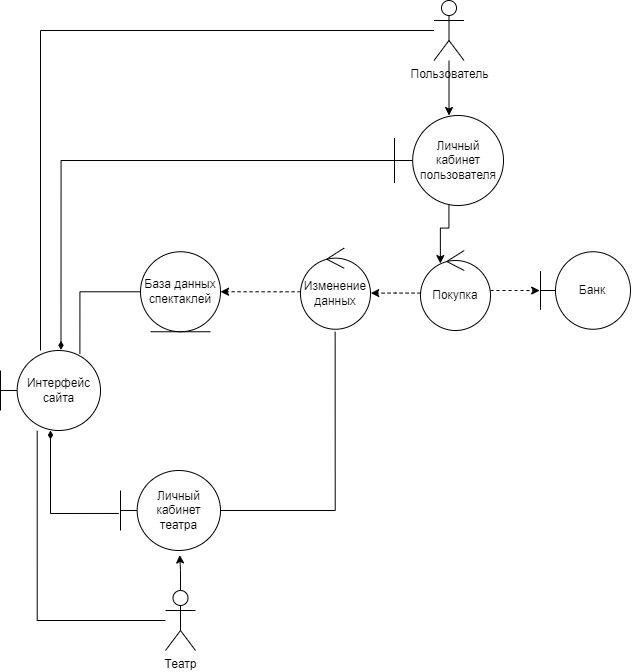
Earlier version of the draw.io export src/pract2/gall/uml_by_user.png (yarosshest/MIREA-AnalysisOfSystems). Source tidied: cells renumbered, new cells last; positions are measured from the earlier drawing's top-left corner, leaving out a move shared by most shapes.
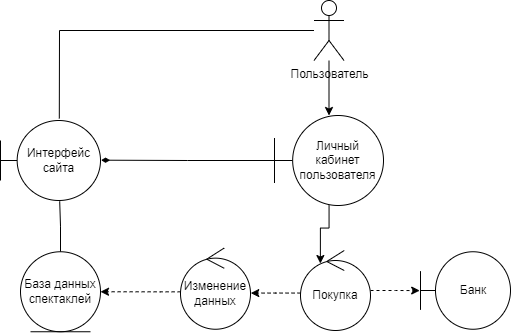
The same diagram one commit later.

What changed in the source:
```diff
@@ -3,9 +3,9 @@
     <mxCell id="0" />
     <mxCell id="1" parent="0" />
     <mxCell id="2" value="Интерфейс сайта" style="shape=umlBoundary;whiteSpace=wrap;html=1;" parent="1" vertex="1">
-      <mxGeometry y="350" width="100" height="80" as="geometry" />
+      <mxGeometry x="120" y="120" width="100" height="80" as="geometry" />
     </mxCell>
-    <mxCell id="3" style="edgeStyle=orthogonalEdgeStyle;rounded=0;jettySize=auto;html=1;entryX=0.794;entryY=0.038;entryDx=0;entryDy=0;entryPerimeter=0;endArrow=none;endFill=0;" parent="1" edge="1" source="4" target="2">
+    <mxCell id="3" style="edgeStyle=orthogonalEdgeStyle;rounded=0;jettySize=auto;html=1;entryX=0.592;entryY=1.011;entryDx=0;entryDy=0;entryPerimeter=0;endArrow=none;endFill=0;" parent="1" edge="1" source="4" target="2">
       <mxGeometry relative="1" as="geometry" />
     </mxCell>
     <mxCell id="4" value="База данных спектаклей" style="ellipse;shape=umlEntity;whiteSpace=wrap;html=1;" parent="1" vertex="1">
@@ -21,7 +21,7 @@
     <mxCell id="6" value="Изменение данных" style="ellipse;shape=umlControl;whiteSpace=wrap;html=1;" parent="1" vertex="1">
       <mxGeometry x="300" y="247.5" width="70" height="81.2" as="geometry" />
     </mxCell>
-    <mxCell id="7" style="edgeStyle=orthogonalEdgeStyle;rounded=0;jettySize=auto;html=1;entryX=0.605;entryY=-0.009;entryDx=0;entryDy=0;entryPerimeter=0;endArrow=diamondThin;endFill=1;" parent="1" edge="1" source="9" target="2">
+    <mxCell id="7" style="edgeStyle=orthogonalEdgeStyle;rounded=0;jettySize=auto;html=1;entryX=1.006;entryY=0.496;entryDx=0;entryDy=0;entryPerimeter=0;endArrow=diamondThin;endFill=1;" parent="1" edge="1" source="9" target="2">
       <mxGeometry relative="1" as="geometry" />
     </mxCell>
     <mxCell id="8" style="edgeStyle=orthogonalEdgeStyle;rounded=0;jettySize=auto;html=1;entryX=0.284;entryY=0.163;entryDx=0;entryDy=0;entryPerimeter=0;endArrow=classic;endFill=1;" parent="1" edge="1" source="9" target="13">
@@ -49,37 +49,15 @@
     <mxCell id="14" style="edgeStyle=orthogonalEdgeStyle;rounded=0;jettySize=auto;html=1;" parent="1" edge="1" source="16" target="9">
       <mxGeometry relative="1" as="geometry" />
     </mxCell>
-    <mxCell id="15" style="edgeStyle=orthogonalEdgeStyle;rounded=0;jettySize=auto;html=1;entryX=0.4;entryY=0;entryDx=0;entryDy=0;entryPerimeter=0;endArrow=none;endFill=0;" parent="1" edge="1" source="16" target="2">
-      <mxGeometry relative="1" as="geometry" />
-    </mxCell>
     <mxCell id="16" value="Пользователь" style="shape=umlActor;verticalLabelPosition=bottom;verticalAlign=top;html=1;outlineConnect=0;fillColor=none;" parent="1" vertex="1">
       <mxGeometry x="433.5" width="30" height="60" as="geometry" />
     </mxCell>
-    <mxCell id="17" style="edgeStyle=orthogonalEdgeStyle;rounded=0;jettySize=auto;html=1;entryX=0.495;entryY=1.031;entryDx=0;entryDy=0;entryPerimeter=0;endArrow=none;endFill=0;" parent="1" edge="1" source="18" target="6">
-      <mxGeometry relative="1" as="geometry">
-        <Array as="points">
-          <mxPoint x="335" y="510" />
-        </Array>
-      </mxGeometry>
-    </mxCell>
-    <mxCell id="18" value="Личный кабинет театра" style="shape=umlBoundary;whiteSpace=wrap;html=1;" parent="1" vertex="1">
-      <mxGeometry x="120" y="470" width="100" height="80" as="geometry" />
-    </mxCell>
-    <mxCell id="19" style="edgeStyle=orthogonalEdgeStyle;rounded=0;jettySize=auto;html=1;entryX=0.367;entryY=1.004;entryDx=0;entryDy=0;entryPerimeter=0;endArrow=none;endFill=0;" parent="1" edge="1" source="21" target="2">
-      <mxGeometry relative="1" as="geometry" />
-    </mxCell>
-    <mxCell id="20" style="edgeStyle=orthogonalEdgeStyle;rounded=0;jettySize=auto;html=1;entryX=0.592;entryY=1.056;entryDx=0;entryDy=0;entryPerimeter=0;endArrow=classic;endFill=1;" parent="1" edge="1" source="21" target="18">
-      <mxGeometry relative="1" as="geometry" />
-    </mxCell>
-    <mxCell id="21" value="Театр" style="shape=umlActor;verticalLabelPosition=bottom;verticalAlign=top;html=1;outlineConnect=0;fillColor=none;" parent="1" vertex="1">
-      <mxGeometry x="165" y="590" width="30" height="60" as="geometry" />
-    </mxCell>
-    <mxCell id="22" style="endArrow=diamondThin;html=1;rounded=0;exitX=-0.017;exitY=0.537;exitDx=0;exitDy=0;exitPerimeter=0;endFill=1;strokeWidth=1;" parent="1" edge="1" source="18" target="2">
-      <mxGeometry relative="1" as="geometry">
-        <Array as="points">
-          <mxPoint x="50" y="513" />
-        </Array>
-      </mxGeometry>
-    </mxCell>
+    <mxCell id="23" style="endArrow=none;html=1;rounded=0;exitX=0.588;exitY=-0.025;exitDx=0;exitDy=0;exitPerimeter=0;" parent="1" edge="1" source="2" target="16">
+      <mxGeometry relative="1" as="geometry">
+        <Array as="points">
+          <mxPoint x="179" y="30" />
+        </Array>
+      </mxGeometry>
+    </mxCell>
   </root>
 </mxGraphModel>
```
